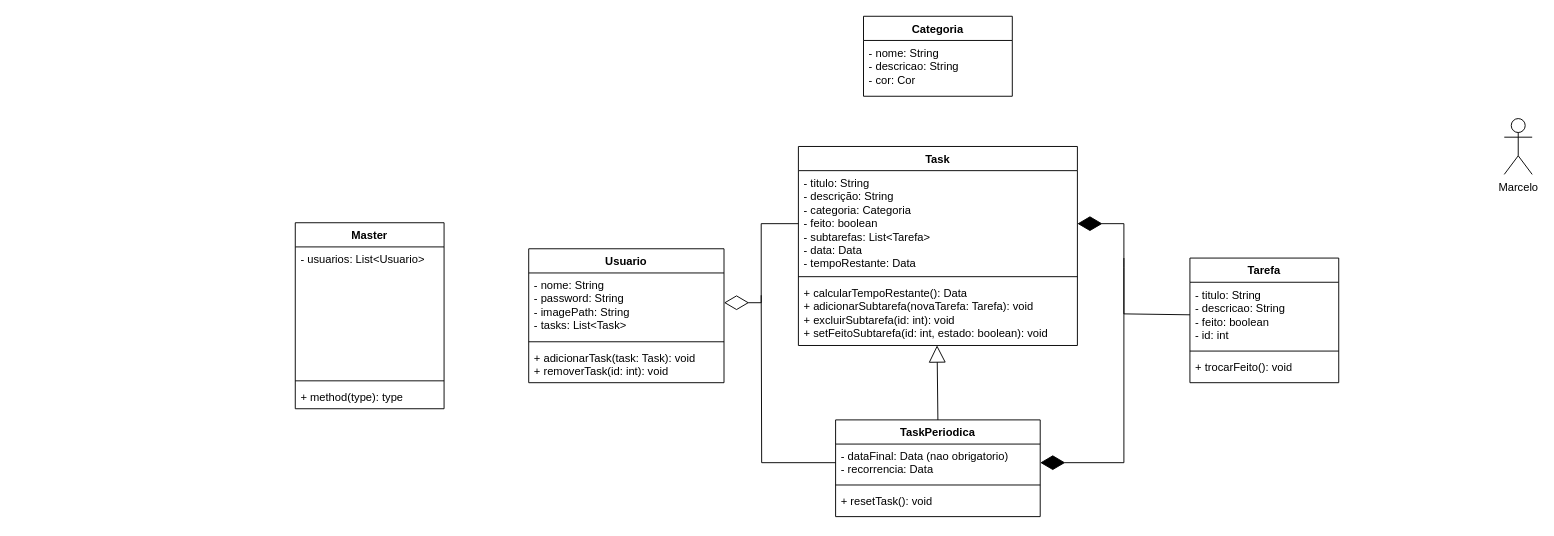
Earlier version of the draw.io diagram Diagrama UML - TaskIt.drawio (yaesetti/task-it). Source tidied: cells renumbered, new cells numbered last; positions are measured from the earlier drawing's top-left corner, leaving out a move shared by most shapes. Both pictures are drawn from the tidied source at 93%, with x=0, y=0 at pixel (295, 16).
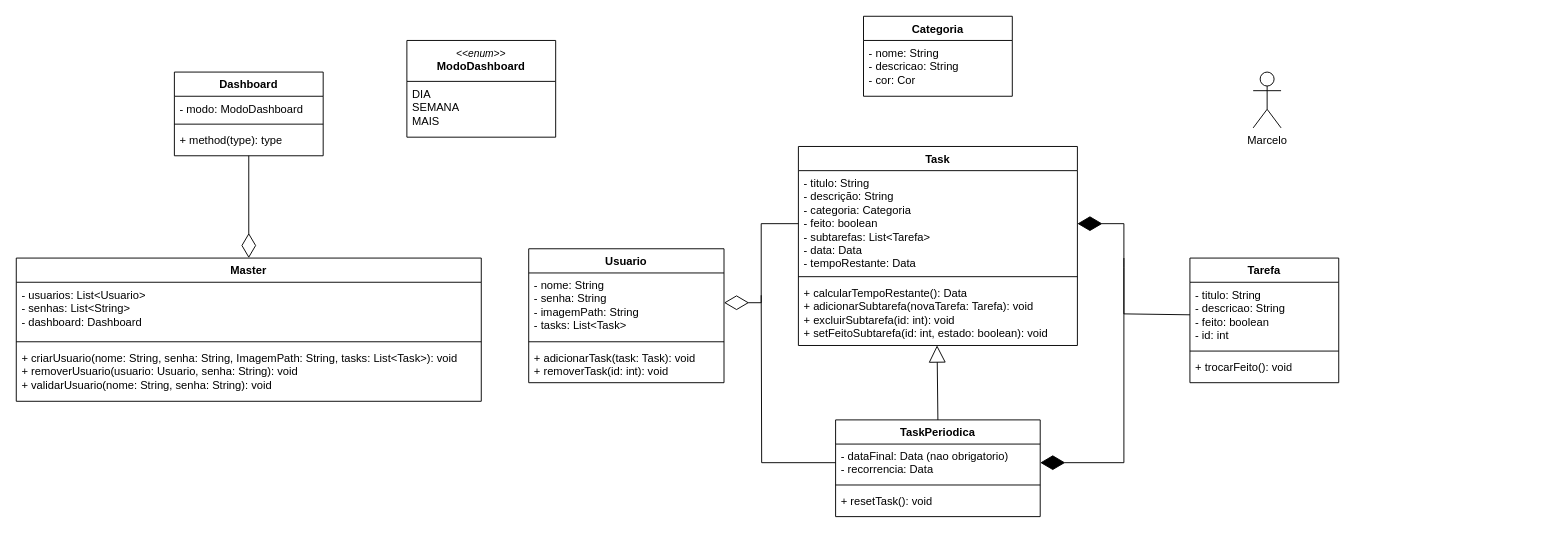
The same diagram, later.

Commit message:
Adicionando coisas no UML

Unchanged cells that the change refers to:
```xml
<mxCell id="18" value="Usuario" style="swimlane;fontStyle=1;align=center;verticalAlign=top;horizontal=1;startSize=26;whiteSpace=wrap;html=1;" parent="1" vertex="1">
  <mxGeometry x="251" y="250" width="210" height="144" as="geometry" />
</mxCell>
```

Diff of the diagram source:
```diff
@@
     <mxCell id="15" value="Marcelo" style="shape=umlActor;verticalLabelPosition=bottom;verticalAlign=top;html=1;" parent="1" vertex="1">
-      <mxGeometry x="1300" y="110" width="30" height="60" as="geometry" />
+      <mxGeometry x="1030" y="60" width="30" height="60" as="geometry" />
     </mxCell>
@@
-    <mxCell id="19" value="&lt;div&gt;- nome: String&lt;/div&gt;&lt;div&gt;- password: String&lt;/div&gt;&lt;div&gt;- imagePath: String&lt;/div&gt;- tasks: List&amp;lt;Task&amp;gt;" style="text;strokeColor=none;fillColor=none;align=left;verticalAlign=top;spacingLeft=4;spacingRight=4;overflow=hidden;whiteSpace=wrap;html=1;" parent="18" vertex="1">
+    <mxCell id="19" value="&lt;div&gt;- nome: String&lt;/div&gt;&lt;div&gt;- senha: String&lt;/div&gt;&lt;div&gt;- imagemPath: String&lt;/div&gt;- tasks: List&amp;lt;Task&amp;gt;" style="text;strokeColor=none;fillColor=none;align=left;verticalAlign=top;spacingLeft=4;spacingRight=4;overflow=hidden;whiteSpace=wrap;html=1;" parent="18" vertex="1">
       <mxGeometry y="26" width="210" height="70" as="geometry" />
     </mxCell>
@@
     <mxCell id="26" value="Master" style="swimlane;fontStyle=1;align=center;verticalAlign=top;horizontal=1;startSize=26;whiteSpace=wrap;html=1;" parent="1" vertex="1">
-      <mxGeometry y="222" width="160" height="200" as="geometry" />
+      <mxGeometry x="-300" y="260" width="500" height="154" as="geometry" />
     </mxCell>
-    <mxCell id="27" value="- usuarios: List&amp;lt;Usuario&amp;gt;&lt;div&gt;&lt;br&gt;&lt;/div&gt;" style="text;strokeColor=none;fillColor=none;align=left;verticalAlign=top;spacingLeft=4;spacingRight=4;overflow=hidden;whiteSpace=wrap;html=1;" parent="26" vertex="1">
-      <mxGeometry y="26" width="160" height="140" as="geometry" />
+    <mxCell id="27" value="- usuarios: List&amp;lt;Usuario&amp;gt;&lt;div&gt;- senhas: List&amp;lt;String&amp;gt;&lt;/div&gt;&lt;div&gt;- dashboard: Dashboard&lt;/div&gt;" style="text;strokeColor=none;fillColor=none;align=left;verticalAlign=top;spacingLeft=4;spacingRight=4;overflow=hidden;whiteSpace=wrap;html=1;" parent="26" vertex="1">
+      <mxGeometry y="26" width="500" height="60" as="geometry" />
     </mxCell>
     <mxCell id="28" style="line;strokeWidth=1;fillColor=none;align=left;verticalAlign=middle;spacingTop=-1;spacingLeft=3;spacingRight=3;labelPosition=right;strokeColor=inherit;" parent="26" vertex="1">
-      <mxGeometry y="166" width="160" height="8" as="geometry" />
+      <mxGeometry y="86" width="500" height="8" as="geometry" />
     </mxCell>
-    <mxCell id="29" value="+ method(type): type" style="text;strokeColor=none;fillColor=none;align=left;verticalAlign=top;spacingLeft=4;spacingRight=4;overflow=hidden;whiteSpace=wrap;html=1;" parent="26" vertex="1">
-      <mxGeometry y="174" width="160" height="26" as="geometry" />
+    <mxCell id="29" value="+ criarUsuario(nome: String, senha: String, I&lt;span style=&quot;background-color: transparent; color: light-dark(rgb(0, 0, 0), rgb(255, 255, 255));&quot;&gt;magemPath: String, tasks: List&amp;lt;Task&amp;gt;): void&lt;/span&gt;&lt;div&gt;+ removerUsuario(usuario: Usuario, senha: String): void&lt;/div&gt;&lt;div&gt;+ validarUsuario(nome: String, senha: String): void&lt;/div&gt;" style="text;strokeColor=none;fillColor=none;align=left;verticalAlign=top;spacingLeft=4;spacingRight=4;overflow=hidden;whiteSpace=wrap;html=1;" parent="26" vertex="1">
+      <mxGeometry y="94" width="500" height="60" as="geometry" />
     </mxCell>
+    <mxCell id="30" value="Dashboard" style="swimlane;fontStyle=1;align=center;verticalAlign=top;horizontal=1;startSize=26;whiteSpace=wrap;html=1;" parent="1" vertex="1">
+      <mxGeometry x="-130" y="60" width="160" height="90" as="geometry" />
+    </mxCell>
+    <mxCell id="31" value="- modo: ModoDashboard" style="text;strokeColor=none;fillColor=none;align=left;verticalAlign=top;spacingLeft=4;spacingRight=4;overflow=hidden;whiteSpace=wrap;html=1;" parent="30" vertex="1">
+      <mxGeometry y="26" width="160" height="26" as="geometry" />
+    </mxCell>
+    <mxCell id="32" style="line;strokeWidth=1;fillColor=none;align=left;verticalAlign=middle;spacingTop=-1;spacingLeft=3;spacingRight=3;labelPosition=right;strokeColor=inherit;" parent="30" vertex="1">
+      <mxGeometry y="52" width="160" height="8" as="geometry" />
+    </mxCell>
+    <mxCell id="33" value="+ method(type): type" style="text;strokeColor=none;fillColor=none;align=left;verticalAlign=top;spacingLeft=4;spacingRight=4;overflow=hidden;whiteSpace=wrap;html=1;" parent="30" vertex="1">
+      <mxGeometry y="60" width="160" height="30" as="geometry" />
+    </mxCell>
+    <mxCell id="34" value="&lt;span style=&quot;font-weight: normal;&quot;&gt;&lt;i&gt;&lt;font style=&quot;font-size: 11px;&quot;&gt;&amp;lt;&amp;lt;enum&amp;gt;&amp;gt;&lt;/font&gt;&lt;/i&gt;&lt;/span&gt;&lt;div&gt;&lt;font&gt;ModoDashboard&lt;/font&gt;&lt;/div&gt;" style="swimlane;fontStyle=1;align=center;verticalAlign=top;horizontal=1;startSize=44;whiteSpace=wrap;html=1;" parent="1" vertex="1">
+      <mxGeometry x="120" y="26" width="160" height="104" as="geometry" />
+    </mxCell>
+    <mxCell id="35" value="DIA&lt;div&gt;SEMANA&lt;/div&gt;&lt;div&gt;MAIS&lt;/div&gt;" style="text;strokeColor=none;fillColor=none;align=left;verticalAlign=top;spacingLeft=4;spacingRight=4;overflow=hidden;whiteSpace=wrap;html=1;" parent="34" vertex="1">
+      <mxGeometry y="44" width="160" height="60" as="geometry" />
+    </mxCell>
+    <mxCell id="36" style="endArrow=diamondThin;endFill=0;endSize=24;html=1;rounded=0;exitX=0.5;exitY=1;exitDx=0;exitDy=0;entryX=0.5;entryY=0;entryDx=0;entryDy=0;" parent="1" edge="1" source="30" target="26">
+      <mxGeometry relative="1" as="geometry" />
+    </mxCell>
```
